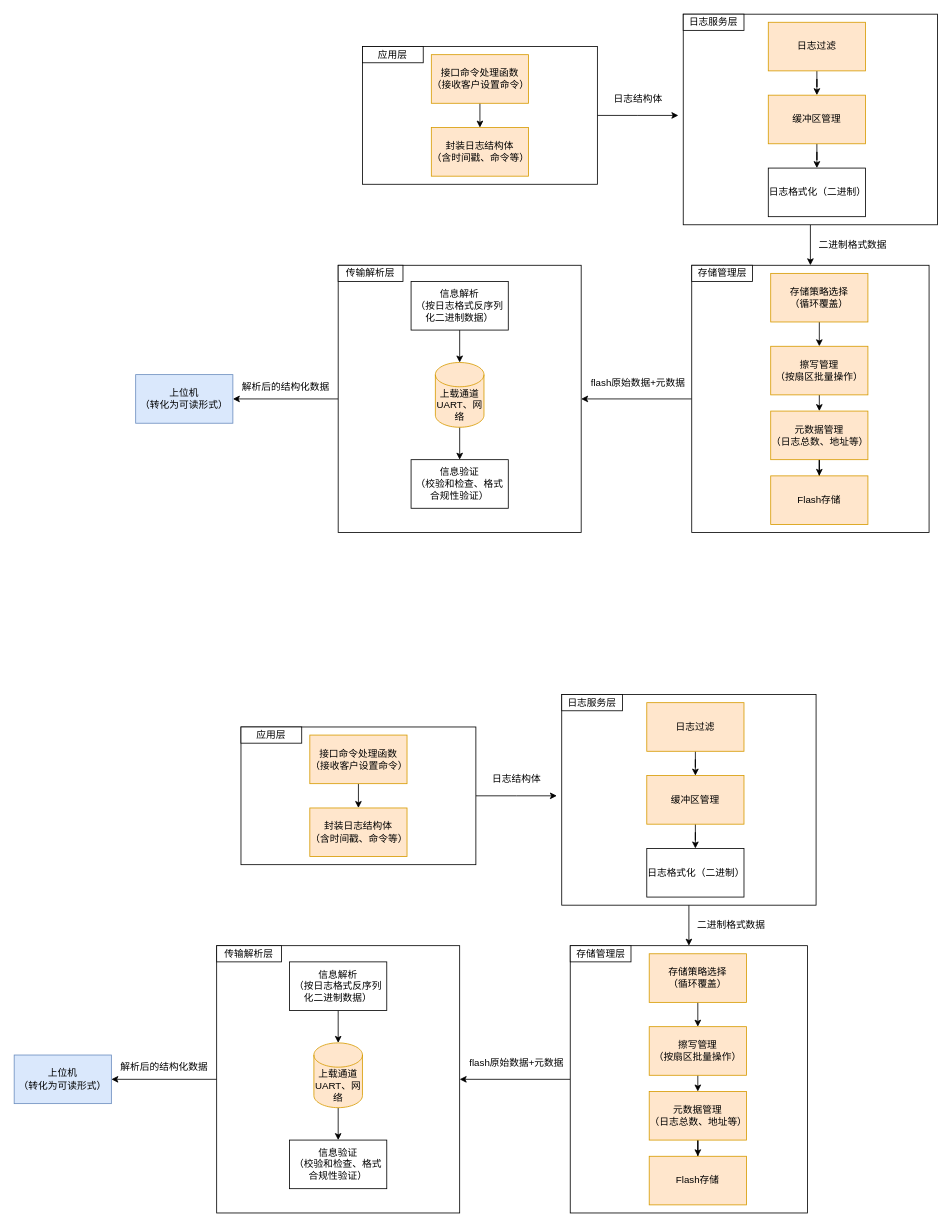
The draw.io diagram page "第 6 页" (6 of 12) of 未命名绘图1.drawio in WHUT-LHT/hello-world, before the edit. Source tidied: cells renumbered, new cells numbered last; positions are measured from the earlier drawing's top-left corner, leaving out a move shared by most shapes. Both pictures are drawn from the tidied source at 81%, with x=0, y=0 at pixel (14, 14).
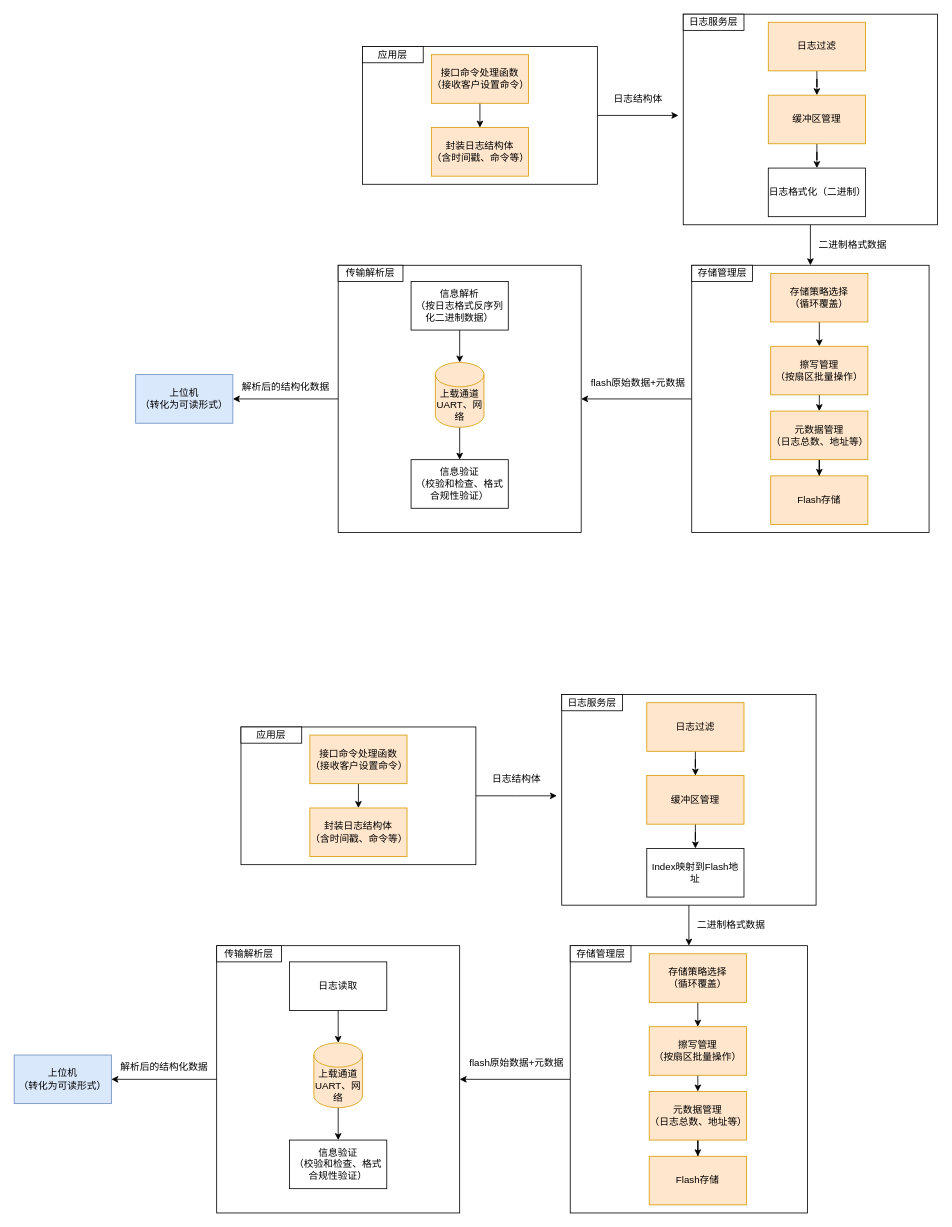
After the change.

What changed in the source:
```diff
@@
-    <mxCell id="53" value="日志格式化（二进制）" style="rounded=0;whiteSpace=wrap;html=1;" parent="1" vertex="1">
+    <mxCell id="53" value="Index映射到Flash地址" style="rounded=0;whiteSpace=wrap;html=1;" parent="1" vertex="1">
       <mxGeometry x="781" y="1030" width="120" height="60" as="geometry" />
     </mxCell>
@@
-    <mxCell id="69" value="信息解析&lt;div&gt;（按日志格式反序列化二进制数据）&lt;/div&gt;" style="rounded=0;whiteSpace=wrap;html=1;" parent="1" vertex="1">
+    <mxCell id="69" value="日志读取" style="rounded=0;whiteSpace=wrap;html=1;" parent="1" vertex="1">
       <mxGeometry x="340" y="1170" width="120" height="60" as="geometry" />
     </mxCell>
```
